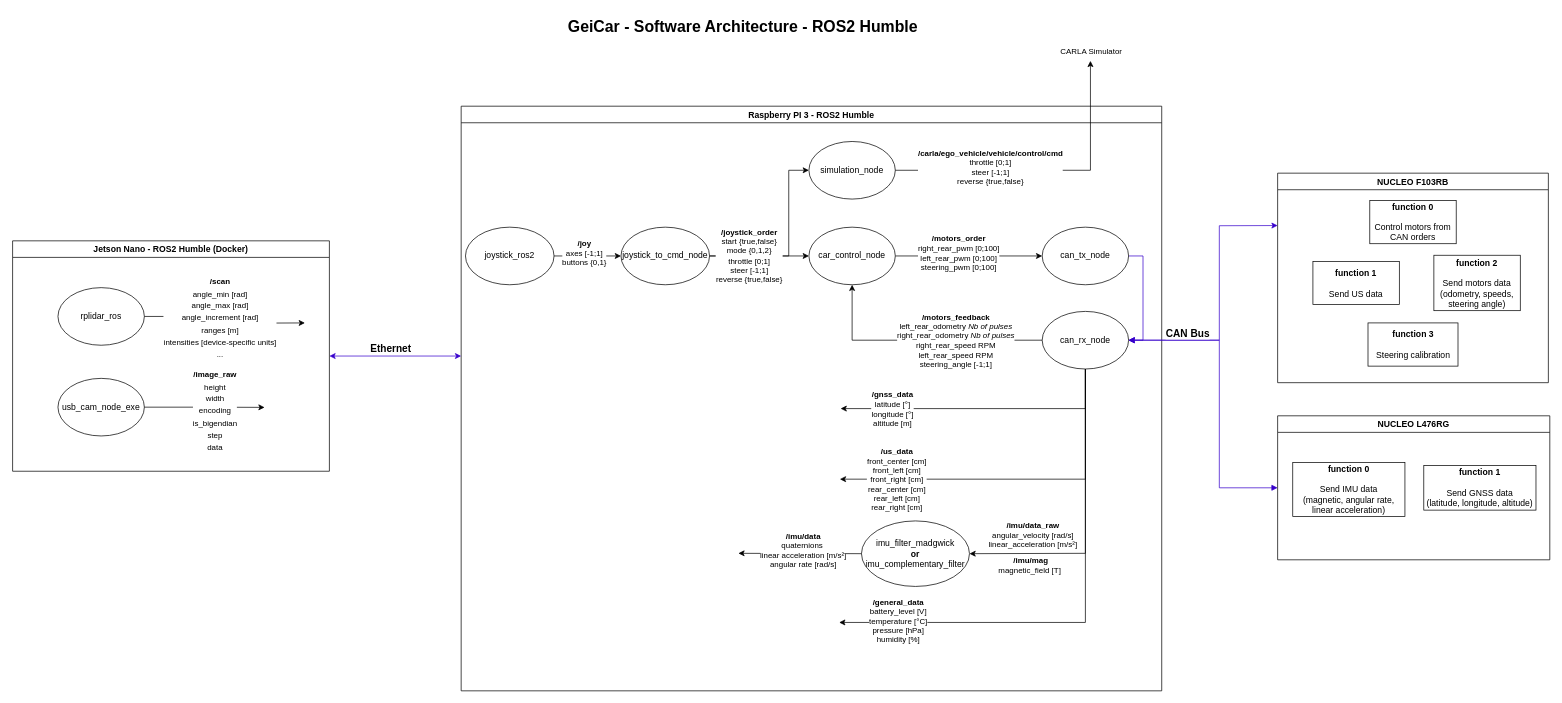
Before: general/software/ros_environment/software_architecture.drawio in Alexix24/geicar, a draw.io diagram. Source tidied: cells renumbered, new cells numbered last; positions are measured from the earlier drawing's top-left corner, leaving out a move shared by most shapes. Both pictures are drawn from the tidied source at 72%, with x=0, y=0 at pixel (12, 12).
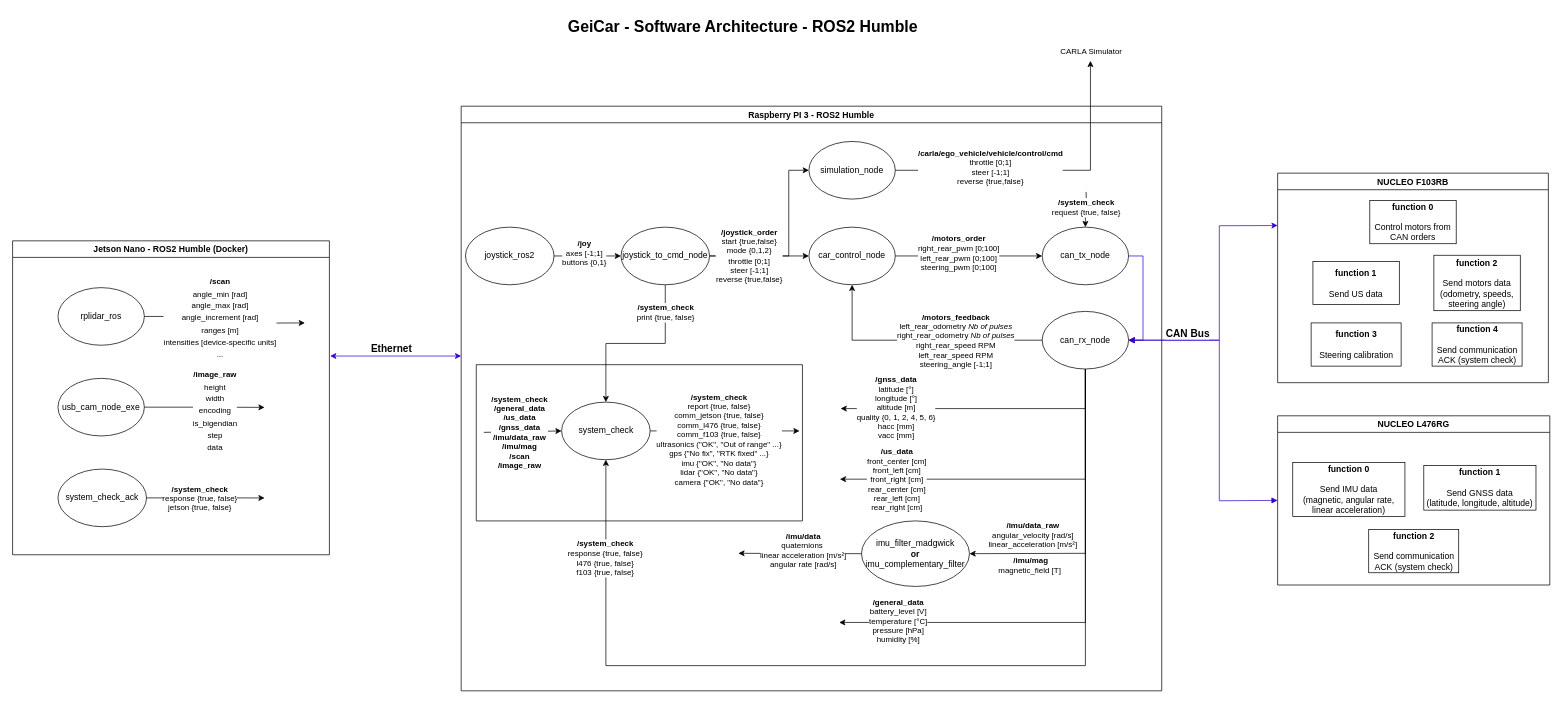
The same page after the edit.

Commit message (it also covers changes not shown here):
Add system check, update documentation

Unchanged cells that the change refers to:
```xml
<mxCell id="2" value="Raspberry PI 3 - ROS2 Humble" style="swimlane;labelBackgroundColor=none;strokeWidth=1;" parent="1" vertex="1">
  <mxGeometry x="623" y="130" width="973" height="812" as="geometry" />
</mxCell>
<mxCell id="6" value="&lt;div&gt;&lt;br&gt;&lt;/div&gt;&lt;div&gt;can_rx_node&lt;/div&gt;&lt;div&gt;&lt;br&gt;&lt;/div&gt;" style="ellipse;whiteSpace=wrap;html=1;labelBackgroundColor=none;" parent="2" vertex="1">
  <mxGeometry x="807" y="285" width="120" height="80" as="geometry" />
</mxCell>
<mxCell id="12" value="joystick_to_cmd_node" style="ellipse;whiteSpace=wrap;html=1;labelBackgroundColor=none;" parent="2" vertex="1">
  <mxGeometry x="222" y="168" width="123" height="80" as="geometry" />
</mxCell>
<mxCell id="18" value="&lt;div&gt;&lt;br&gt;&lt;/div&gt;&lt;div&gt;can_tx_node&lt;/div&gt;&lt;div&gt;&lt;br&gt;&lt;/div&gt;" style="ellipse;whiteSpace=wrap;html=1;labelBackgroundColor=none;" parent="2" vertex="1">
  <mxGeometry x="807" y="168" width="120" height="80" as="geometry" />
</mxCell>
<mxCell id="19" style="edgeStyle=orthogonalEdgeStyle;rounded=0;jettySize=auto;html=1;exitX=0.5;exitY=1;exitDx=0;exitDy=0;" parent="2" edge="1" source="6">
  <mxGeometry relative="1" as="geometry">
    <mxPoint x="527" y="420" as="targetPoint" />
    <Array as="points">
      <mxPoint x="867" y="420" />
    </Array>
  </mxGeometry>
</mxCell>
<mxCell id="28" value="NUCLEO F103RB" style="swimlane;labelBackgroundColor=none;" parent="1" vertex="1">
  <mxGeometry x="1757" y="223" width="376" height="291" as="geometry" />
</mxCell>
```

What changed in the source:
```diff
@@
+    <mxCell id="55" style="edgeStyle=orthogonalEdgeStyle;rounded=0;jettySize=auto;html=1;exitX=0.5;exitY=1;exitDx=0;exitDy=0;entryX=0.5;entryY=0;entryDx=0;entryDy=0;" parent="2" edge="1" source="12" target="58">
+      <mxGeometry relative="1" as="geometry" />
+    </mxCell>
+    <mxCell id="56" value="&lt;div&gt;&lt;b&gt;/system_check&lt;/b&gt;&lt;/div&gt;&lt;div&gt;print {true, false}&lt;b&gt;&lt;br&gt;&lt;/b&gt;&lt;/div&gt;" style="edgeLabel;html=1;align=center;verticalAlign=middle;" parent="55" vertex="1">
+      <mxGeometry x="-0.69" relative="1" as="geometry" />
+    </mxCell>
@@
-    <mxCell id="20" value="&lt;b&gt;/gnss_data&lt;/b&gt;&lt;br&gt;latitude [°]&lt;br&gt;longitude [°]&lt;br&gt;altitude [m]" style="edgeLabel;html=1;align=center;verticalAlign=middle;" parent="19" vertex="1">
+    <mxCell id="20" value="&lt;b&gt;/gnss_data&lt;/b&gt;&lt;br&gt;latitude [°]&lt;br&gt;longitude [°]&lt;br&gt;&lt;div&gt;altitude [m]&lt;/div&gt;&lt;div&gt;quality {0, 1, 2, 4, 5, 6}&lt;/div&gt;&lt;div&gt;hacc [mm]&lt;/div&gt;&lt;div&gt;vacc [mm]&lt;br&gt;&lt;/div&gt;" style="edgeLabel;html=1;align=center;verticalAlign=middle;" parent="19" vertex="1">
       <mxGeometry x="0.58" y="-2" relative="1" as="geometry">
-        <mxPoint x="-12" y="2" as="offset" />
+        <mxPoint x="-7" as="offset" />
       </mxGeometry>
     </mxCell>
@@
+    <mxCell id="57" style="swimlane;startSize=0;fillColor=none;" parent="2" vertex="1">
+      <mxGeometry x="21" y="359" width="453" height="217" as="geometry" />
+    </mxCell>
+    <mxCell id="58" value="system_check" style="ellipse;whiteSpace=wrap;html=1;labelBackgroundColor=none;" parent="57" vertex="1">
+      <mxGeometry x="118.5" y="52" width="123" height="80" as="geometry" />
+    </mxCell>
+    <mxCell id="59" style="endArrow=classic;html=1;rounded=0;entryX=0;entryY=0.5;entryDx=0;entryDy=0;" parent="57" edge="1" target="58">
+      <mxGeometry relative="1" as="geometry">
+        <mxPoint x="10.5" y="94" as="sourcePoint" />
+      </mxGeometry>
+    </mxCell>
+    <mxCell id="60" value="&lt;div&gt;&lt;b&gt;/system_check&lt;/b&gt;&lt;/div&gt;&lt;div&gt;&lt;b&gt;/general_data&lt;/b&gt;&lt;/div&gt;&lt;div&gt;&lt;b&gt;/us_data&lt;/b&gt;&lt;/div&gt;&lt;div&gt;&lt;b&gt;/gnss_data&lt;/b&gt;&lt;/div&gt;&lt;div&gt;&lt;b&gt;/imu/data_raw&lt;/b&gt;&lt;/div&gt;&lt;div&gt;&lt;b&gt;/imu/mag&lt;br&gt;&lt;/b&gt;&lt;/div&gt;&lt;div&gt;&lt;b&gt;/scan&lt;/b&gt;&lt;/div&gt;&lt;div&gt;&lt;b&gt;/image_raw&lt;/b&gt;&lt;/div&gt;" style="edgeLabel;html=1;align=center;verticalAlign=middle;" parent="59" vertex="1">
+      <mxGeometry x="-0.33" y="1" relative="1" as="geometry">
+        <mxPoint x="13" y="1" as="offset" />
+      </mxGeometry>
+    </mxCell>
+    <mxCell id="61" style="edgeStyle=orthogonalEdgeStyle;rounded=0;jettySize=auto;html=1;exitX=1;exitY=0.5;exitDx=0;exitDy=0;" parent="57" edge="1" source="58">
+      <mxGeometry relative="1" as="geometry">
+        <mxPoint x="449" y="92" as="targetPoint" />
+      </mxGeometry>
+    </mxCell>
+    <mxCell id="62" value="&lt;div&gt;&lt;b&gt;/system_check&lt;/b&gt;&lt;/div&gt;&lt;div&gt;report {true, false}&lt;/div&gt;&lt;div&gt;comm_jetson {true, false}&lt;/div&gt;&lt;div&gt;comm_l476 {true, false}&lt;/div&gt;&lt;div&gt;comm_f103 {true, false}&lt;/div&gt;&lt;div&gt;ultrasonics (&quot;OK&quot;, &quot;Out of range&quot; ...}&lt;/div&gt;&lt;div&gt;gps {&quot;No fix&quot;, &quot;RTK fixed&quot; ...}&lt;/div&gt;&lt;div&gt;imu {&quot;OK&quot;, &quot;No data&quot;}&lt;/div&gt;&lt;div&gt;lidar {&quot;OK&quot;, &quot;No data&quot;}&lt;/div&gt;&lt;div&gt;camera {&quot;OK&quot;, &quot;No data&quot;}&lt;b&gt;&lt;br&gt;&lt;/b&gt;&lt;/div&gt;" style="edgeLabel;html=1;align=center;verticalAlign=middle;" parent="61" vertex="1">
+      <mxGeometry x="-0.25" y="-1" relative="1" as="geometry">
+        <mxPoint x="17" y="10" as="offset" />
+      </mxGeometry>
+    </mxCell>
+    <mxCell id="63" style="edgeStyle=orthogonalEdgeStyle;rounded=0;jettySize=auto;html=1;exitX=0.5;exitY=1;exitDx=0;exitDy=0;startArrow=none;startFill=0;endArrow=classic;endFill=1;entryX=0.5;entryY=1;entryDx=0;entryDy=0;" parent="2" edge="1" source="6" target="58">
+      <mxGeometry relative="1" as="geometry">
+        <Array as="points">
+          <mxPoint x="867" y="777" />
+          <mxPoint x="201" y="777" />
+        </Array>
+      </mxGeometry>
+    </mxCell>
+    <mxCell id="64" value="&lt;div&gt;&lt;b&gt;/system_check&lt;/b&gt;&lt;/div&gt;&lt;div&gt;response {true, false}&lt;/div&gt;&lt;div&gt;l476 {true, false}&lt;/div&gt;&lt;div&gt;f103 {true, false}&lt;br&gt;&lt;/div&gt;" style="edgeLabel;html=1;align=center;verticalAlign=middle;" parent="63" vertex="1">
+      <mxGeometry x="0.8" y="2" relative="1" as="geometry" />
+    </mxCell>
@@
     <mxCell id="31" value="&lt;div&gt;&lt;b&gt;function 3&lt;br&gt;&lt;/b&gt;&lt;/div&gt;&lt;div&gt;&lt;br&gt;&lt;/div&gt;&lt;div&gt;Steering calibration&lt;br&gt;&lt;/div&gt;" style="rounded=0;whiteSpace=wrap;html=1;labelBackgroundColor=none;" parent="28" vertex="1">
-      <mxGeometry x="125.5" y="208" width="125" height="60" as="geometry" />
+      <mxGeometry x="46.5" y="208" width="125" height="60" as="geometry" />
     </mxCell>
@@
+    <mxCell id="65" value="&lt;div&gt;&lt;b&gt;function 4&lt;br&gt;&lt;/b&gt;&lt;/div&gt;&lt;div&gt;&lt;br&gt;&lt;/div&gt;&lt;div&gt;Send communication ACK (system check)&lt;br&gt;&lt;/div&gt;" style="rounded=0;whiteSpace=wrap;html=1;labelBackgroundColor=none;" parent="28" vertex="1">
+      <mxGeometry x="214.5" y="208" width="125" height="60" as="geometry" />
+    </mxCell>
     <mxCell id="33" value="NUCLEO L476RG" style="swimlane;labelBackgroundColor=none;" parent="1" vertex="1">
-      <mxGeometry x="1757" y="560" width="378" height="200" as="geometry" />
+      <mxGeometry x="1757" y="560" width="378" height="235" as="geometry" />
     </mxCell>
@@
+    <mxCell id="66" value="&lt;div&gt;&lt;b&gt;function 2&lt;br&gt;&lt;/b&gt;&lt;/div&gt;&lt;div&gt;&lt;br&gt;&lt;/div&gt;&lt;div&gt;Send communication ACK (system check)&lt;br&gt;&lt;/div&gt;" style="rounded=0;whiteSpace=wrap;html=1;labelBackgroundColor=none;" parent="33" vertex="1">
+      <mxGeometry x="126.5" y="158" width="125" height="60" as="geometry" />
+    </mxCell>
     <mxCell id="36" value="Jetson Nano - ROS2 Humble (Docker)" style="swimlane;labelBackgroundColor=none;" parent="1" vertex="1">
-      <mxGeometry y="317" width="440" height="320" as="geometry" />
+      <mxGeometry y="317" width="440" height="436" as="geometry" />
     </mxCell>
@@
+    <mxCell id="67" value="system_check_ack" style="ellipse;whiteSpace=wrap;html=1;labelBackgroundColor=none;" parent="36" vertex="1">
+      <mxGeometry x="63" y="317" width="123" height="80" as="geometry" />
+    </mxCell>
@@
     <mxCell id="41" style="endArrow=block;startArrow=block;endFill=1;startFill=1;html=1;rounded=0;entryX=0;entryY=0.5;entryDx=0;entryDy=0;exitX=1;exitY=0.5;exitDx=0;exitDy=0;fillColor=#6a00ff;strokeColor=#3700CC;" parent="1" edge="1" source="6" target="33">
       <mxGeometry relative="1" as="geometry">
         <Array as="points">
           <mxPoint x="1676" y="455" />
-          <mxPoint x="1676" y="660" />
+          <mxPoint x="1676" y="678" />
         </Array>
       </mxGeometry>
     </mxCell>
@@
-    <mxCell id="49" style="endArrow=classic;startArrow=classic;html=1;rounded=0;exitX=1;exitY=0.5;exitDx=0;exitDy=0;fillColor=#6a00ff;strokeColor=#3700CC;" parent="1" edge="1" source="36">
+    <mxCell id="49" style="endArrow=classic;startArrow=classic;html=1;rounded=0;fillColor=#6a00ff;strokeColor=#3700CC;" parent="1" edge="1">
       <mxGeometry relative="1" as="geometry">
+        <mxPoint x="441" y="477" as="sourcePoint" />
         <mxPoint x="623" y="477" as="targetPoint" />
       </mxGeometry>
     </mxCell>
@@
+    <mxCell id="68" style="edgeStyle=orthogonalEdgeStyle;rounded=0;jettySize=auto;html=1;exitX=0.5;exitY=0;exitDx=0;exitDy=0;startArrow=classic;startFill=1;endArrow=none;endFill=0;" parent="1" edge="1" source="18">
+      <mxGeometry relative="1" as="geometry">
+        <mxPoint x="1491" y="249" as="targetPoint" />
+      </mxGeometry>
+    </mxCell>
+    <mxCell id="69" value="&lt;div&gt;&lt;b&gt;/system_check&lt;/b&gt;&lt;/div&gt;&lt;div&gt;request {true, false}&lt;br&gt;&lt;/div&gt;" style="edgeLabel;html=1;align=center;verticalAlign=middle;" parent="68" vertex="1">
+      <mxGeometry x="0.32" relative="1" as="geometry">
+        <mxPoint x="-1" y="4" as="offset" />
+      </mxGeometry>
+    </mxCell>
+    <mxCell id="70" style="edgeStyle=orthogonalEdgeStyle;rounded=0;jettySize=auto;html=1;exitX=1;exitY=0.5;exitDx=0;exitDy=0;startArrow=none;startFill=0;endArrow=classic;endFill=1;" parent="1" edge="1" source="67">
+      <mxGeometry relative="1" as="geometry">
+        <mxPoint x="350" y="674.1" as="targetPoint" />
+      </mxGeometry>
+    </mxCell>
+    <mxCell id="71" value="&lt;div&gt;&lt;b&gt;/system_check&lt;/b&gt;&lt;/div&gt;&lt;div&gt;response {true, false}&lt;/div&gt;&lt;div&gt;jetson {true, false}&lt;br&gt;&lt;/div&gt;" style="edgeLabel;html=1;align=center;verticalAlign=middle;" parent="70" vertex="1">
+      <mxGeometry x="-0.23" y="-3" relative="1" as="geometry">
+        <mxPoint x="10" y="-3" as="offset" />
+      </mxGeometry>
+    </mxCell>
```
